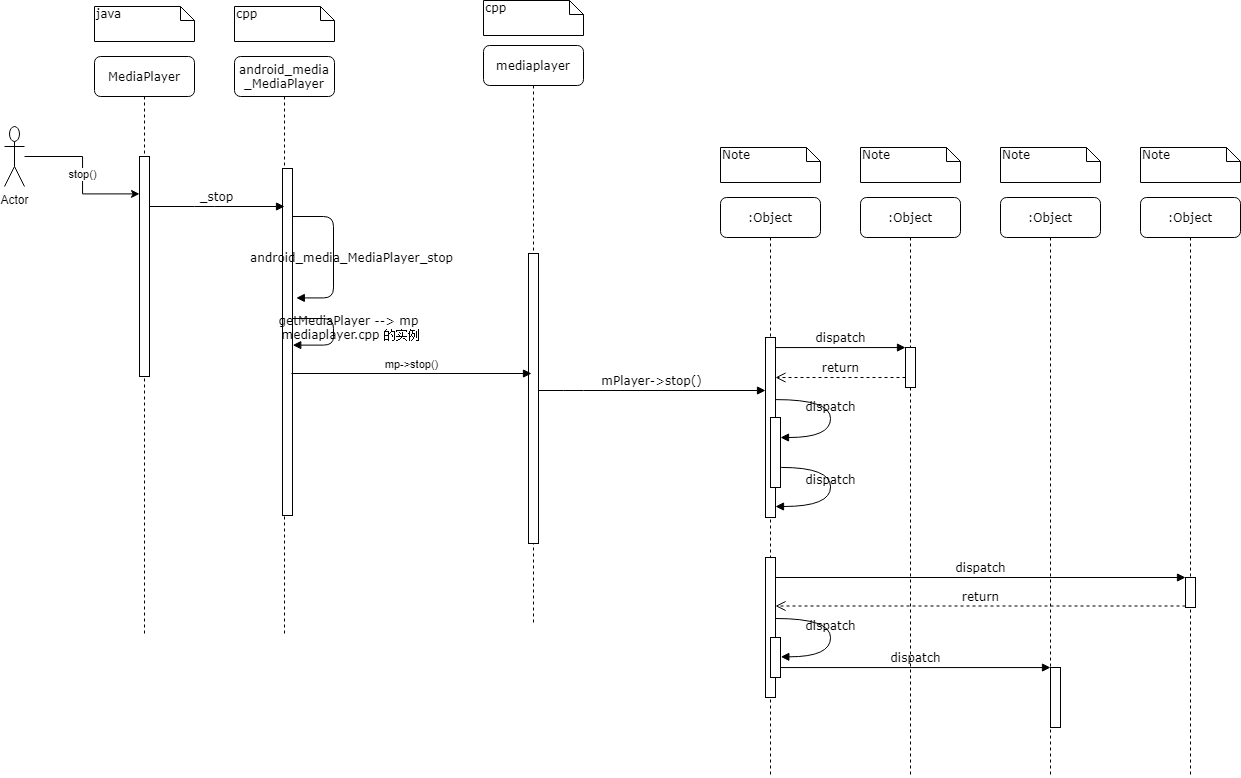
This is android/player退出.png from yaodewei/Diagram, a draw.io export, as it was before one commit. Source tidied: cells renumbered, new cells last; positions are measured from the earlier drawing's top-left corner, leaving out a move shared by most shapes.
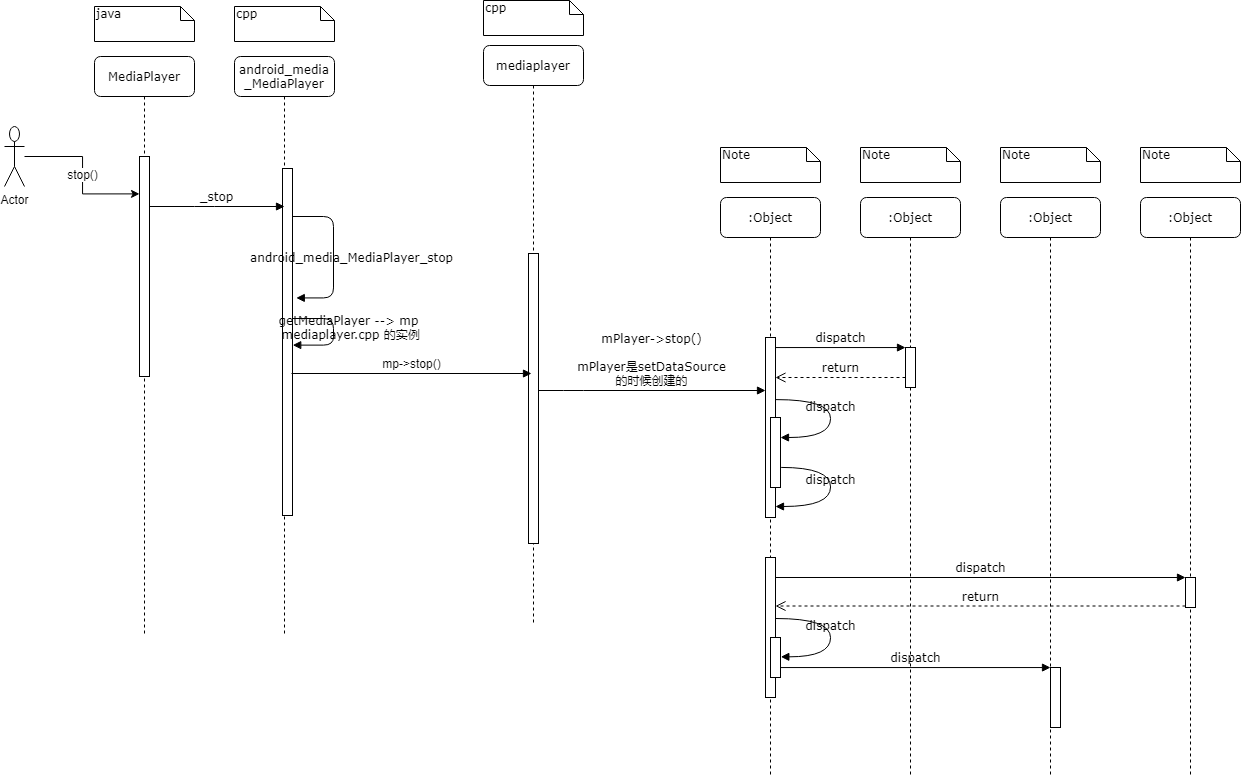
Above is the later version.

Change to the diagram source:
```diff
@@ -59,7 +59,7 @@
     <mxCell id="14" style="html=1;points=[];perimeter=orthogonalPerimeter;rounded=0;shadow=0;comic=0;labelBackgroundColor=none;strokeWidth=1;fontFamily=Verdana;fontSize=12;align=center;" parent="1" vertex="1">
       <mxGeometry x="761" y="337" width="10" height="180" as="geometry" />
     </mxCell>
-    <mxCell id="15" value="mPlayer-&amp;gt;stop()&lt;br&gt;" style="html=1;verticalAlign=bottom;endArrow=block;labelBackgroundColor=none;fontFamily=Verdana;fontSize=12;edgeStyle=elbowEdgeStyle;elbow=vertical;" parent="1" edge="1" source="7" target="14">
+    <mxCell id="15" value="mPlayer-&amp;gt;stop()&lt;br&gt;&lt;br&gt;mPlayer是setDataSource&lt;br&gt;的时候创建的" style="html=1;verticalAlign=bottom;endArrow=block;labelBackgroundColor=none;fontFamily=Verdana;fontSize=12;edgeStyle=elbowEdgeStyle;elbow=vertical;" parent="1" edge="1" source="7" target="14">
       <mxGeometry relative="1" as="geometry">
         <Array as="points">
           <mxPoint x="569" y="390" />
```
